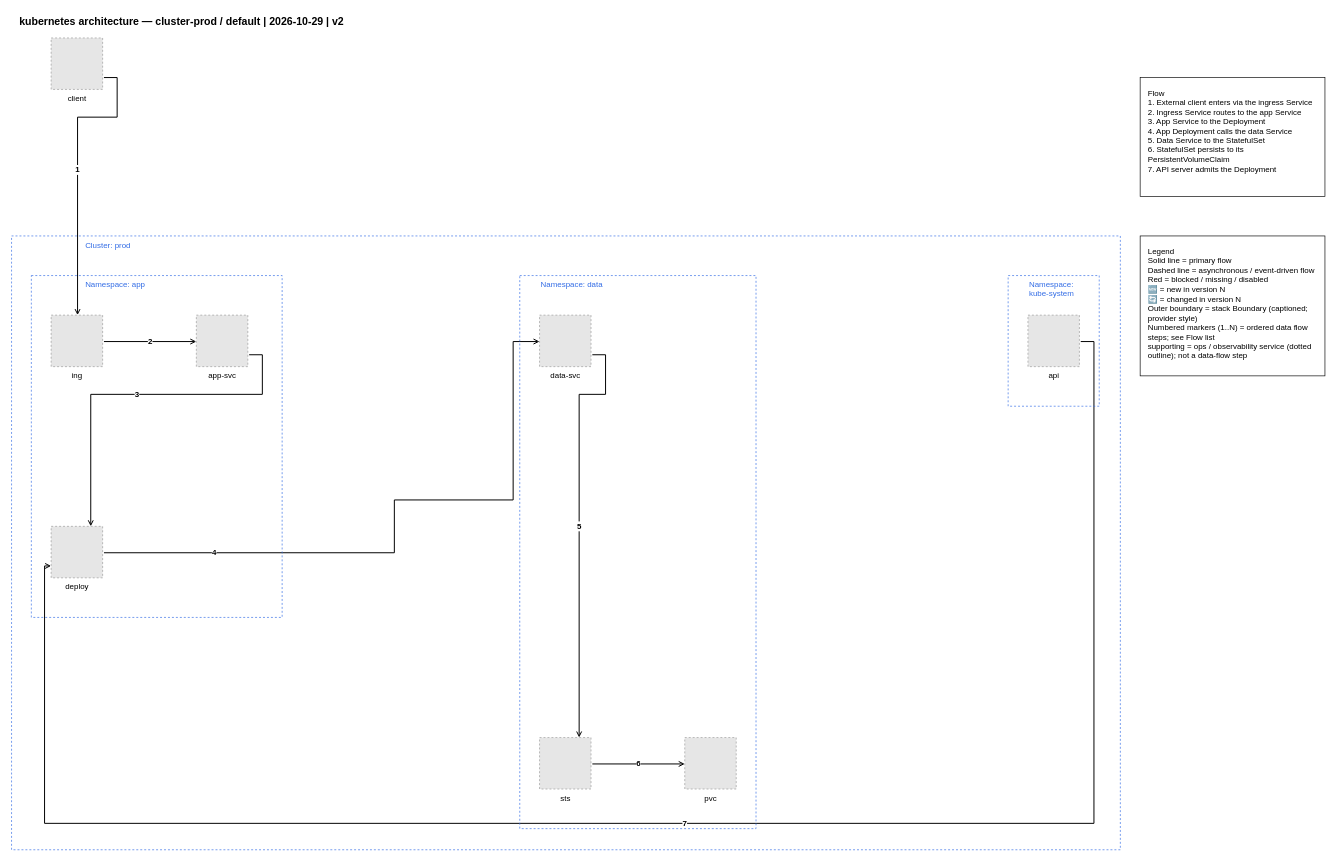
Earlier version of the draw.io diagram examples/kubernetes/01-kubernetes-architecture-summary.drawio (totoshko88/Cloud_Architecture). Source tidied: cells renumbered, new cells numbered last; positions are measured from the earlier drawing's top-left corner, leaving out a move shared by most shapes. Both pictures are drawn from the tidied source at 66%, with x=0, y=0 at pixel (11, 11). Pictures stored in the file or linked from it are replaced by grey dashed boxes.
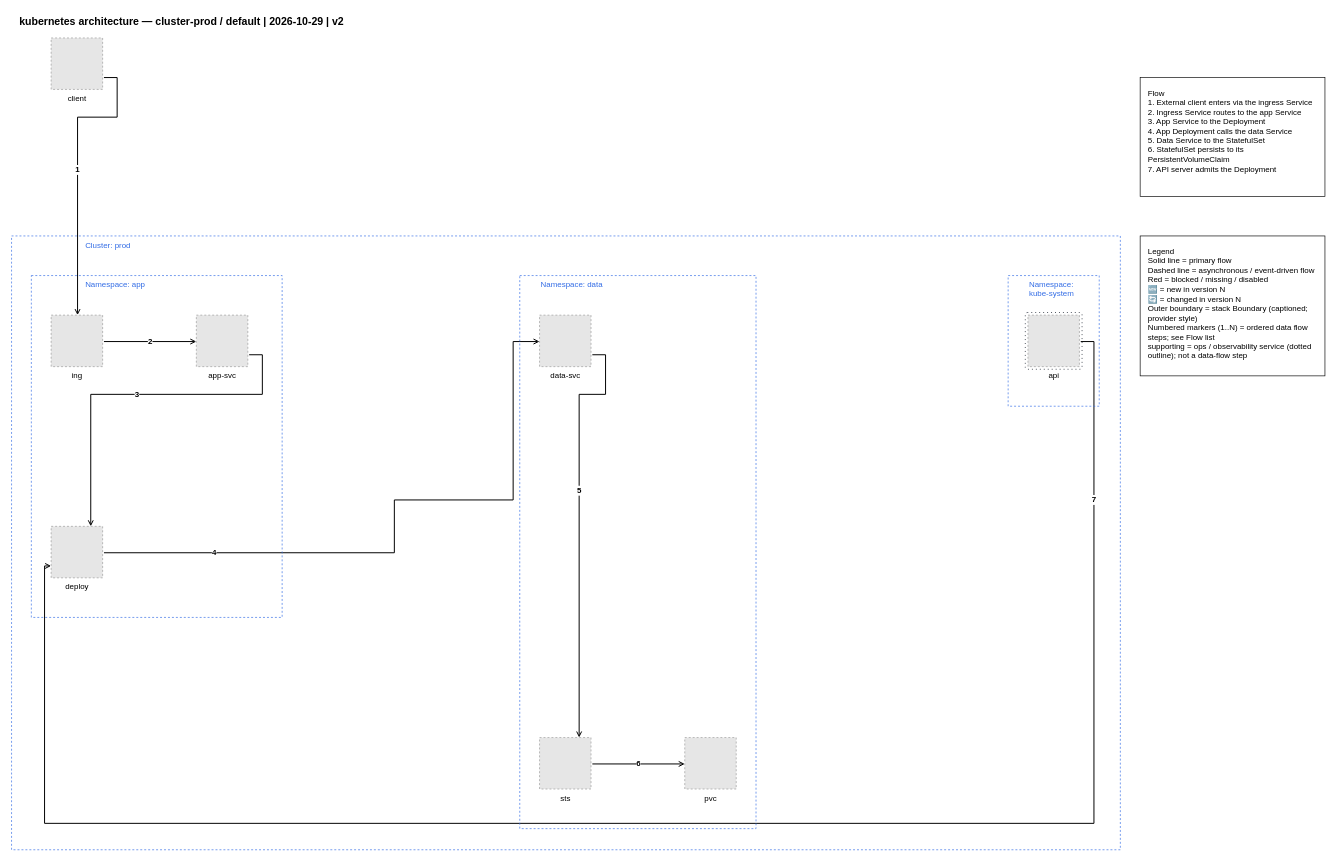
The same page after the edit.

Unchanged cells that the change refers to:
```xml
<mxCell id="13" value="Namespace:&lt;br&gt;kube-system" style="rounded=0;whiteSpace=wrap;html=1;fillColor=none;strokeColor=#326CE5;dashed=1;verticalAlign=top;align=left;spacingLeft=30;fontColor=#326CE5;fontSize=12;" parent="1" vertex="1">
  <mxGeometry x="1510" y="400" width="138" height="198" as="geometry" />
</mxCell>
<mxCell id="17" value="deploy" style="fillColor=#E6E6E6;strokeColor=#999999;dashed=1;verticalLabelPosition=bottom;verticalAlign=top;html=1;align=center;fontSize=12;" parent="11" vertex="1">
  <mxGeometry x="30" y="380" width="78" height="78" as="geometry" />
</mxCell>
<mxCell id="18" value="data-svc" style="fillColor=#E6E6E6;strokeColor=#999999;dashed=1;verticalLabelPosition=bottom;verticalAlign=top;html=1;align=center;fontSize=12;" parent="12" vertex="1">
  <mxGeometry x="30" y="60" width="78" height="78" as="geometry" />
</mxCell>
<mxCell id="19" value="sts" style="fillColor=#E6E6E6;strokeColor=#999999;dashed=1;verticalLabelPosition=bottom;verticalAlign=top;html=1;align=center;fontSize=12;" parent="12" vertex="1">
  <mxGeometry x="30" y="700" width="78" height="78" as="geometry" />
</mxCell>
<mxCell id="21" value="api" style="fillColor=#E6E6E6;strokeColor=#999999;dashed=1;verticalLabelPosition=bottom;verticalAlign=top;html=1;align=center;fontSize=12;" parent="13" vertex="1">
  <mxGeometry x="30" y="60" width="78" height="78" as="geometry" />
</mxCell>
```

The edit, as a diff of the source:
```diff
@@
     <mxCell id="7" value="5" style="edgeStyle=orthogonalEdgeStyle;rounded=0;html=1;endArrow=open;endFill=0;strokeWidth=1.5;exitX=1.0256410256410255;exitY=0.7692307692307693;exitDx=0;exitDy=0;exitPerimeter=0;entryX=0.7692307692307693;entryY=0.0;entryDx=0;entryDy=0;fontSize=12;fontStyle=1;" parent="1" edge="1" source="18" target="19">
-      <mxGeometry relative="1" as="geometry">
+      <mxGeometry x="-0.17" relative="1" as="geometry">
         <Array as="points">
           <mxPoint x="900" y="520" />
           <mxPoint x="900" y="580" />
           <mxPoint x="860" y="580" />
         </Array>
       </mxGeometry>
     </mxCell>
@@
     <mxCell id="9" value="7" style="edgeStyle=orthogonalEdgeStyle;rounded=0;html=1;endArrow=open;endFill=0;strokeWidth=1.5;exitX=1.0256410256410255;exitY=0.5128205128205128;exitDx=0;exitDy=0;exitPerimeter=0;entryX=0.0;entryY=0.7692307692307693;entryDx=0;entryDy=0;fontSize=12;fontStyle=1;" parent="1" edge="1" source="21" target="17">
-      <mxGeometry relative="1" as="geometry">
+      <mxGeometry x="-0.81" relative="1" as="geometry">
         <Array as="points">
           <mxPoint x="1640" y="500" />
           <mxPoint x="1640" y="1230" />
           <mxPoint x="50" y="1230" />
           <mxPoint x="50" y="840" />
         </Array>
       </mxGeometry>
     </mxCell>
@@
+    <mxCell id="24" style="rounded=1;arcSize=6;absoluteArcSize=1;fillColor=none;strokeColor=#545B64;strokeWidth=1.5;dashed=1;dashPattern=1 3;" parent="13" vertex="1">
+      <mxGeometry x="26" y="56" width="86" height="86" as="geometry" />
+    </mxCell>
```
